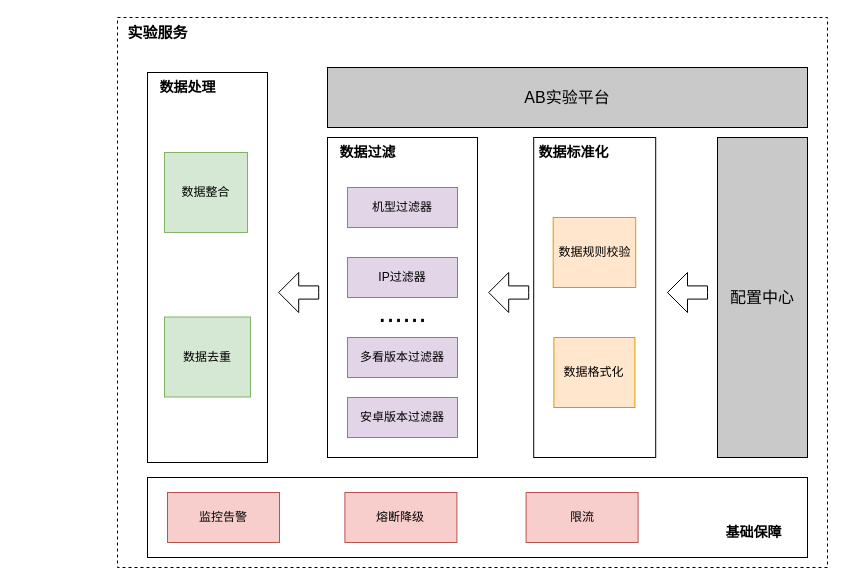
Before: 实验服务流程图.drawio in Floweryu/my-diagrams, a draw.io diagram. Source tidied: cells renumbered, new cells numbered last; positions are measured from the earlier drawing's top-left corner, leaving out a move shared by most shapes. Both pictures are drawn from the tidied source at 100%, with x=0, y=0 at pixel (17, 17).
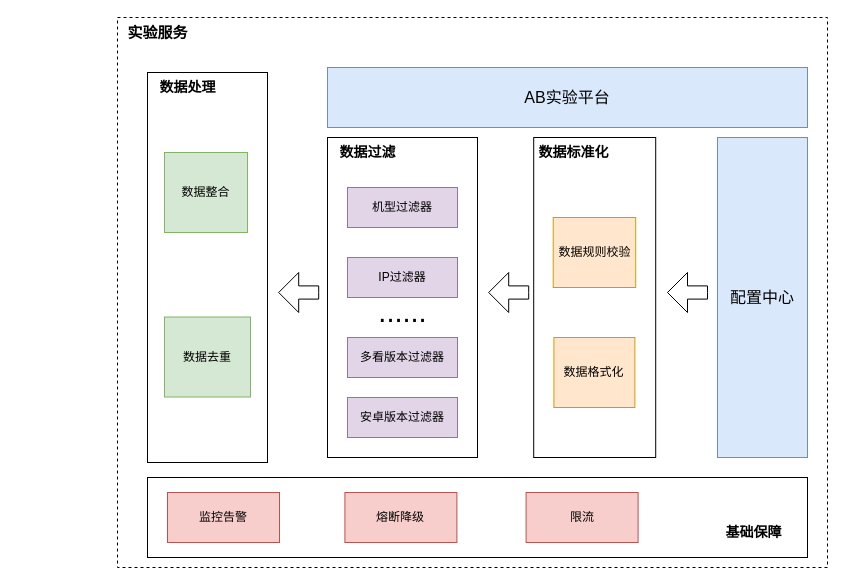
After the change.

Commit message (it also covers changes not shown here):
更新实验服务流程图.drawio

Change to the diagram source:
```diff
@@
-    <mxCell id="3" value="&lt;font style=&quot;font-size: 16px;&quot;&gt;配置中心&lt;/font&gt;" style="rounded=0;whiteSpace=wrap;html=1;fillColor=#C9C9C9;" parent="1" vertex="1">
+    <mxCell id="3" value="&lt;font style=&quot;font-size: 16px;&quot;&gt;配置中心&lt;/font&gt;" style="rounded=0;whiteSpace=wrap;html=1;fillColor=#dae8fc;strokeColor=#6c8ebf;" parent="1" vertex="1">
       <mxGeometry x="700" y="120" width="90" height="320" as="geometry" />
     </mxCell>
-    <mxCell id="4" value="&lt;font style=&quot;font-size: 16px;&quot;&gt;AB实验平台&lt;/font&gt;" style="rounded=0;whiteSpace=wrap;html=1;fillColor=#C9C9C9;" parent="1" vertex="1">
+    <mxCell id="4" value="&lt;font style=&quot;font-size: 16px;&quot;&gt;AB实验平台&lt;/font&gt;" style="rounded=0;whiteSpace=wrap;html=1;fillColor=#dae8fc;strokeColor=#6c8ebf;" parent="1" vertex="1">
       <mxGeometry x="310" y="50" width="480" height="60" as="geometry" />
     </mxCell>
```
